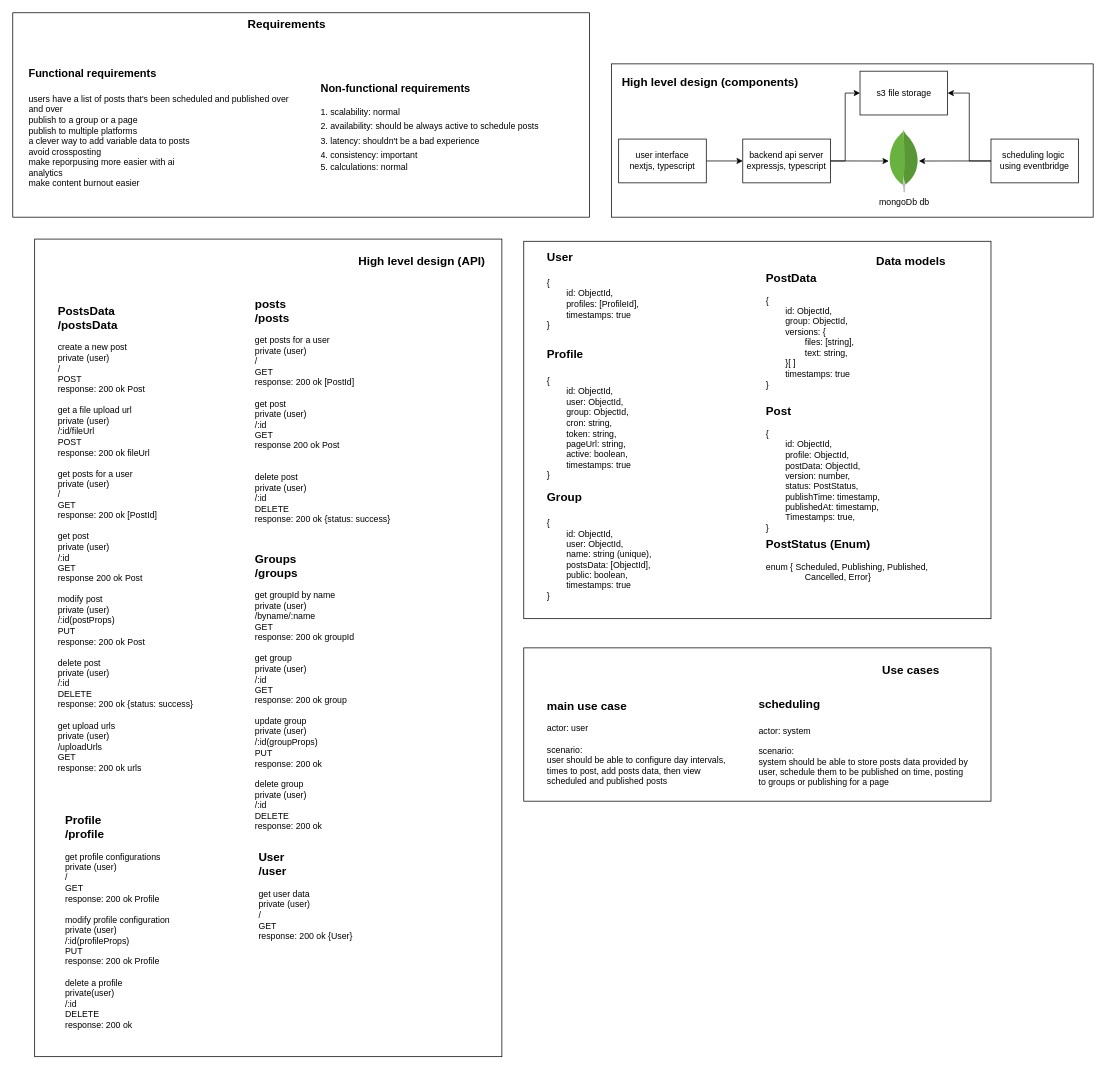
Before: page "high-level" (1 of 5) of auto-post.drawio in ahmed-elbehairy7/pamylka-system-design, a draw.io diagram. Source tidied: cells renumbered, new cells numbered last; positions are measured from the earlier drawing's top-left corner, leaving out a move shared by most shapes. Both pictures are drawn from the tidied source at 73%, with x=0, y=0 at pixel (12, 12).
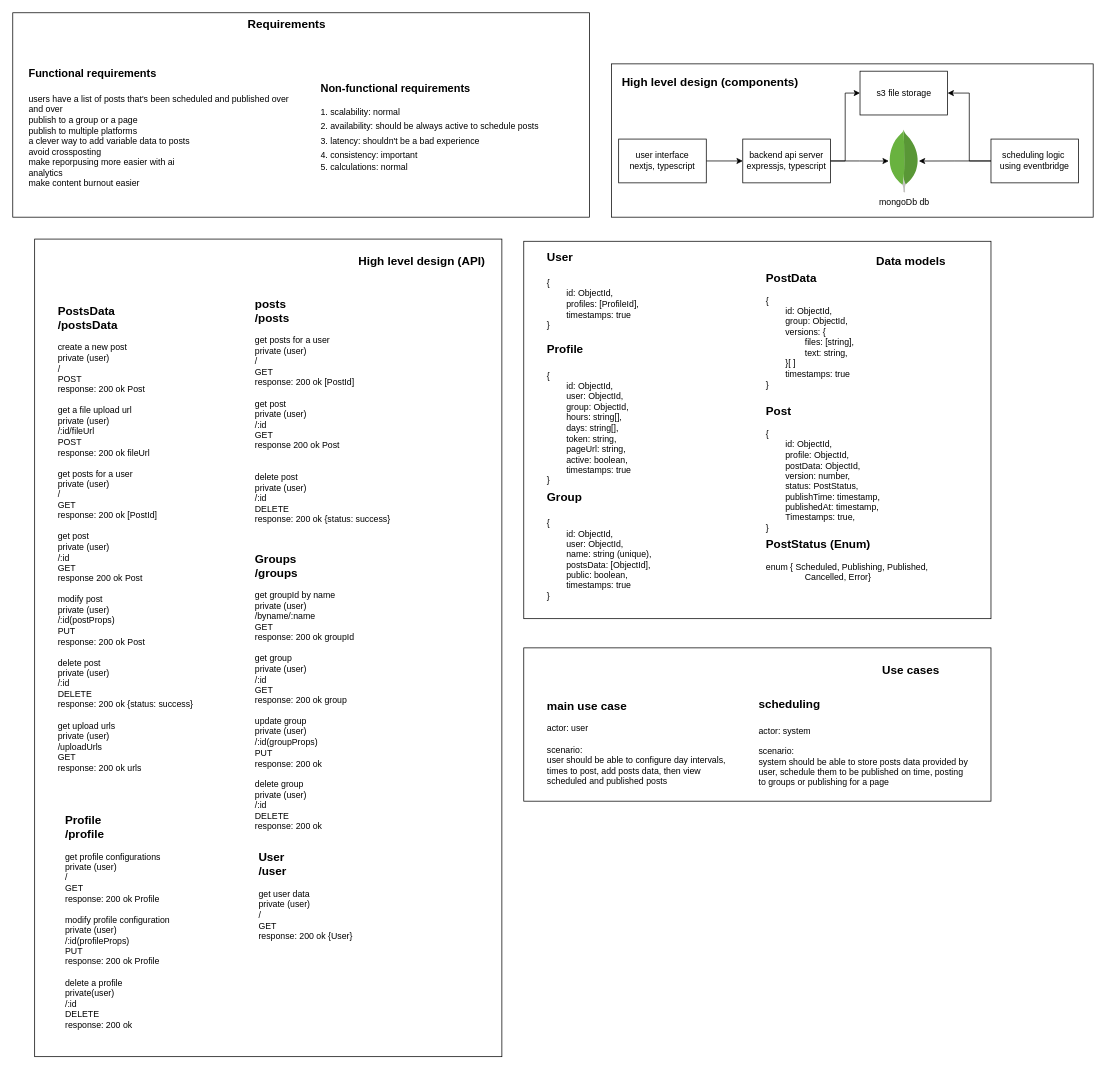
Above is the later version.

Commit message:
modified profile schema

The change refers to these unchanged cells:
```xml
<mxCell id="33" style="group;" parent="1" vertex="1">
  <mxGeometry x="700" y="310" width="642" height="524" as="geometry" />
</mxCell>
```

The edit, as a diff of the source:
```diff
@@
-    <mxCell id="40" value="&lt;div&gt;&lt;span style=&quot;font-size: 16px;&quot;&gt;&lt;b&gt;Profile&lt;/b&gt;&lt;/span&gt;&lt;/div&gt;&lt;div&gt;&lt;span style=&quot;font-size: 16px;&quot;&gt;&lt;b&gt;&lt;br&gt;&lt;/b&gt;&lt;/span&gt;&lt;/div&gt;&lt;div&gt;{&lt;/div&gt;&lt;div&gt;&lt;span style=&quot;white-space: pre;&quot;&gt;&#9;&lt;/span&gt;id: ObjectId,&lt;/div&gt;&lt;div&gt;&lt;span style=&quot;white-space: pre;&quot;&gt;&#9;&lt;/span&gt;user: ObjectId,&lt;br&gt;&lt;/div&gt;&lt;div&gt;&lt;span style=&quot;white-space: pre;&quot;&gt;&#9;&lt;/span&gt;group: ObjectId,&lt;br&gt;&lt;/div&gt;&lt;div&gt;&lt;span style=&quot;white-space: pre;&quot;&gt;&#9;&lt;/span&gt;cron: string,&lt;br&gt;&lt;/div&gt;&lt;div&gt;&lt;span style=&quot;white-space: pre;&quot;&gt;&#9;&lt;/span&gt;token: string,&lt;br&gt;&lt;/div&gt;&lt;div&gt;&lt;span style=&quot;white-space: pre;&quot;&gt;&#9;&lt;/span&gt;pageUrl: string,&lt;br&gt;&lt;/div&gt;&lt;div&gt;&lt;span style=&quot;white-space: pre;&quot;&gt;&#9;&lt;/span&gt;active: boolean,&lt;br&gt;&lt;/div&gt;&lt;div&gt;&lt;span style=&quot;background-color: transparent; white-space-collapse: preserve;&quot;&gt;&#9;&lt;/span&gt;&lt;span style=&quot;background-color: transparent;&quot;&gt;timestamps: true&lt;/span&gt;&lt;/div&gt;&lt;div&gt;}&lt;/div&gt;" style="text;html=1;align=left;verticalAlign=middle;strokeColor=none;fillColor=none;" parent="33" vertex="1">
-      <mxGeometry x="30" y="140" width="140" height="200" as="geometry" />
+    <mxCell id="40" value="&lt;div&gt;&lt;span style=&quot;font-size: 16px;&quot;&gt;&lt;b&gt;Profile&lt;/b&gt;&lt;/span&gt;&lt;/div&gt;&lt;div&gt;&lt;span style=&quot;font-size: 16px;&quot;&gt;&lt;b&gt;&lt;br&gt;&lt;/b&gt;&lt;/span&gt;&lt;/div&gt;&lt;div&gt;{&lt;/div&gt;&lt;div&gt;&lt;span style=&quot;white-space: pre;&quot;&gt;&#9;&lt;/span&gt;id: ObjectId,&lt;/div&gt;&lt;div&gt;&lt;span style=&quot;white-space: pre;&quot;&gt;&#9;&lt;/span&gt;user: ObjectId,&lt;br&gt;&lt;/div&gt;&lt;div&gt;&lt;span style=&quot;white-space: pre;&quot;&gt;&#9;&lt;/span&gt;group: ObjectId,&lt;br&gt;&lt;/div&gt;&lt;div&gt;&lt;span style=&quot;white-space: pre;&quot;&gt;&#9;&lt;/span&gt;hours: string[],&lt;br&gt;&lt;/div&gt;&lt;div&gt;&lt;span style=&quot;white-space: pre;&quot;&gt;&#9;&lt;/span&gt;days: string[],&lt;br&gt;&lt;/div&gt;&lt;div&gt;&lt;span style=&quot;white-space: pre;&quot;&gt;&#9;&lt;/span&gt;token: string,&lt;br&gt;&lt;/div&gt;&lt;div&gt;&lt;span style=&quot;white-space: pre;&quot;&gt;&#9;&lt;/span&gt;pageUrl: string,&lt;br&gt;&lt;/div&gt;&lt;div&gt;&lt;span style=&quot;white-space: pre;&quot;&gt;&#9;&lt;/span&gt;active: boolean,&lt;br&gt;&lt;/div&gt;&lt;div&gt;&lt;span style=&quot;background-color: transparent; white-space-collapse: preserve;&quot;&gt;&#9;&lt;/span&gt;&lt;span style=&quot;background-color: transparent;&quot;&gt;timestamps: true&lt;/span&gt;&lt;/div&gt;&lt;div&gt;}&lt;/div&gt;" style="text;html=1;align=left;verticalAlign=middle;strokeColor=none;fillColor=none;" parent="33" vertex="1">
+      <mxGeometry x="30" y="135" width="140" height="210" as="geometry" />
     </mxCell>
```
